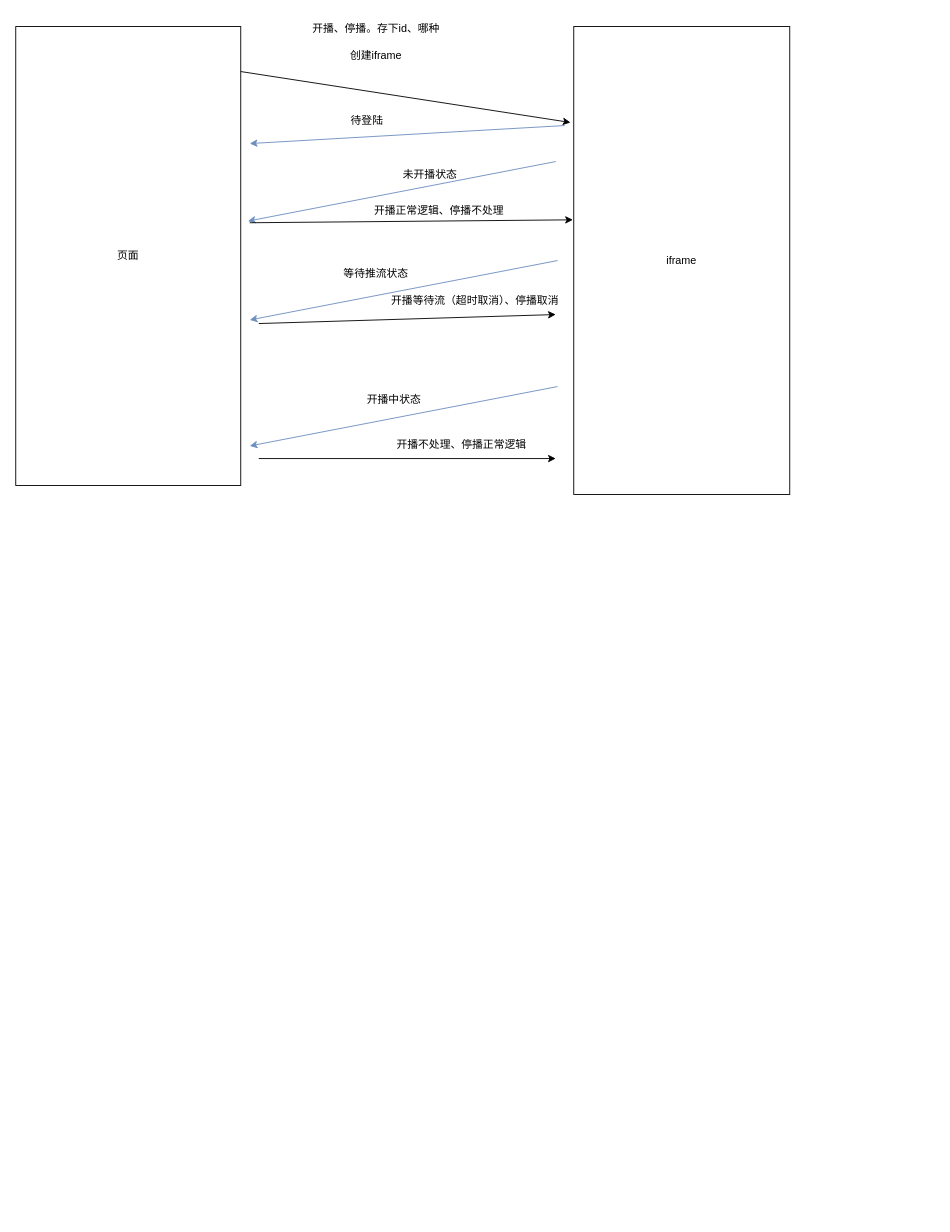
This is 助手插件.drawio from heyingjiee/draw, a draw.io file, before an edit. Source tidied: cells renumbered, new cells numbered last; positions are measured from the earlier drawing's top-left corner, leaving out a move shared by most shapes. Both pictures are drawn from the tidied source at 90%, with x=0, y=0 at pixel (15, 15).
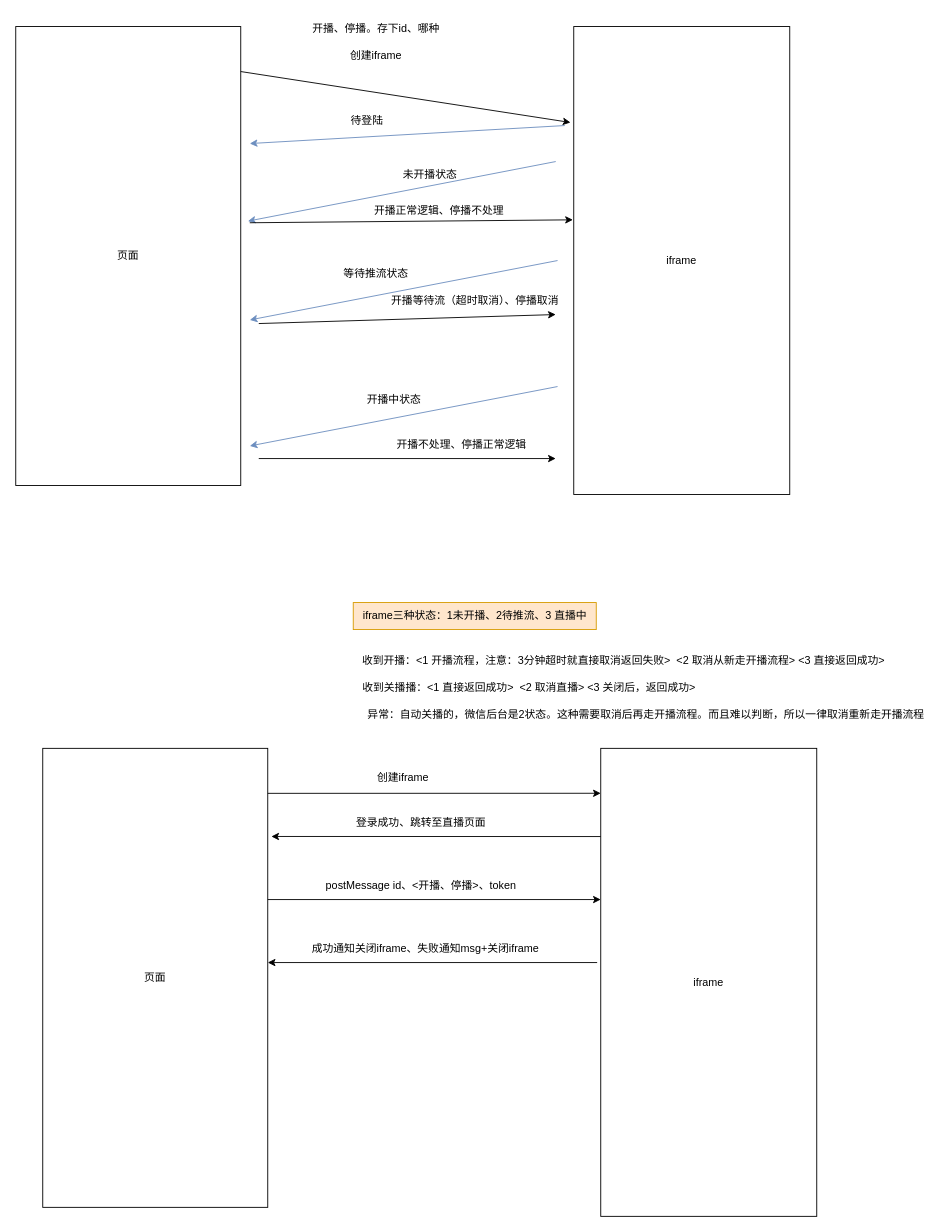
The same diagram, later.

Commit message:
更新助手插件.drawio

The edit, as a diff of the source:
```diff
@@
+    <mxCell id="21" value="页面" style="rounded=0;whiteSpace=wrap;html=1;" parent="1" vertex="1">
+      <mxGeometry x="30" y="814" width="250" height="510" as="geometry" />
+    </mxCell>
+    <mxCell id="22" value="iframe" style="rounded=0;whiteSpace=wrap;html=1;" parent="1" vertex="1">
+      <mxGeometry x="650" y="814" width="240" height="520" as="geometry" />
+    </mxCell>
+    <mxCell id="23" style="endArrow=classic;html=1;rounded=0;entryX=0;entryY=0.096;entryDx=0;entryDy=0;entryPerimeter=0;" parent="1" edge="1" target="22">
+      <mxGeometry relative="1" as="geometry">
+        <mxPoint x="280" y="864" as="sourcePoint" />
+      </mxGeometry>
+    </mxCell>
+    <mxCell id="24" value="创建iframe" style="text;html=1;align=center;verticalAlign=middle;strokeColor=none;fillColor=none;" parent="1" vertex="1">
+      <mxGeometry x="390" y="832" width="80" height="30" as="geometry" />
+    </mxCell>
+    <mxCell id="25" value="postMessage id、&amp;lt;开播、停播&amp;gt;、token" style="text;html=1;align=center;verticalAlign=middle;strokeColor=none;fillColor=none;" parent="1" vertex="1">
+      <mxGeometry x="335" y="952" width="230" height="30" as="geometry" />
+    </mxCell>
+    <mxCell id="26" style="endArrow=classic;html=1;rounded=0;entryX=1.016;entryY=0.192;entryDx=0;entryDy=0;entryPerimeter=0;" parent="1" edge="1" target="21">
+      <mxGeometry relative="1" as="geometry">
+        <mxPoint x="650" y="912" as="sourcePoint" />
+      </mxGeometry>
+    </mxCell>
+    <mxCell id="27" value="登录成功、跳转至直播页面" style="text;html=1;align=center;verticalAlign=middle;strokeColor=none;fillColor=none;" parent="1" vertex="1">
+      <mxGeometry x="365" y="882" width="170" height="30" as="geometry" />
+    </mxCell>
+    <mxCell id="28" style="endArrow=classic;html=1;rounded=0;entryX=0;entryY=0.096;entryDx=0;entryDy=0;entryPerimeter=0;" parent="1" edge="1">
+      <mxGeometry relative="1" as="geometry">
+        <mxPoint x="280" y="982" as="sourcePoint" />
+        <mxPoint x="650" y="982" as="targetPoint" />
+      </mxGeometry>
+    </mxCell>
+    <mxCell id="29" style="endArrow=classic;html=1;rounded=0;entryX=1.016;entryY=0.192;entryDx=0;entryDy=0;entryPerimeter=0;" parent="1" edge="1">
+      <mxGeometry relative="1" as="geometry">
+        <mxPoint x="646" y="1052" as="sourcePoint" />
+        <mxPoint x="280" y="1052" as="targetPoint" />
+      </mxGeometry>
+    </mxCell>
+    <mxCell id="30" value="成功通知关闭iframe、失败通知msg+关闭iframe" style="text;html=1;align=center;verticalAlign=middle;strokeColor=none;fillColor=none;" parent="1" vertex="1">
+      <mxGeometry x="315" y="1022" width="280" height="30" as="geometry" />
+    </mxCell>
+    <mxCell id="31" value="收到开播：&amp;lt;1 开播流程，注意：3分钟超时就直接取消返回失败&amp;gt;&amp;nbsp; &amp;lt;2 取消从新走开播流程&amp;gt; &amp;lt;3 直接返回成功&amp;gt;" style="text;html=1;align=center;verticalAlign=middle;strokeColor=none;fillColor=none;" parent="1" vertex="1">
+      <mxGeometry x="375" y="702" width="600" height="30" as="geometry" />
+    </mxCell>
+    <mxCell id="32" value="iframe三种状态：1未开播、2待推流、3 直播中" style="text;html=1;align=center;verticalAlign=middle;strokeColor=#d79b00;fillColor=#ffe6cc;" parent="1" vertex="1">
+      <mxGeometry x="375" y="652" width="270" height="30" as="geometry" />
+    </mxCell>
+    <mxCell id="33" value="收到关播播：&amp;lt;1 直接返回成功&amp;gt;&amp;nbsp; &amp;lt;2 取消直播&amp;gt; &amp;lt;3 关闭后，返回成功&amp;gt;" style="text;html=1;align=center;verticalAlign=middle;strokeColor=none;fillColor=none;" parent="1" vertex="1">
+      <mxGeometry x="375" y="732" width="390" height="30" as="geometry" />
+    </mxCell>
+    <mxCell id="34" value="异常：自动关播的，微信后台是2状态。这种需要取消后再走开播流程。而且难以判断，所以一律取消重新走开播流程" style="text;html=1;align=center;verticalAlign=middle;strokeColor=none;fillColor=none;" parent="1" vertex="1">
+      <mxGeometry x="380" y="762" width="640" height="30" as="geometry" />
+    </mxCell>
```
